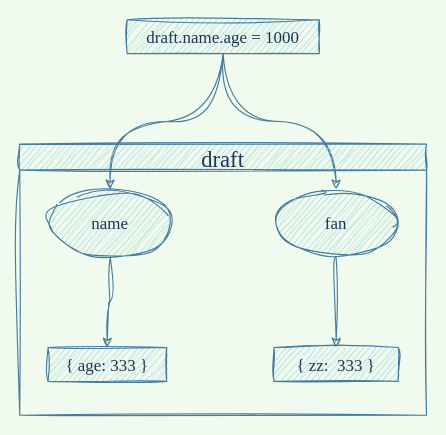
The draw.io diagram page "按需代理" (3 of 4) of Immer.drawio in YMBo/DRAWIO, before the edit. Source tidied: cells renumbered, new cells numbered last; positions are measured from the earlier drawing's top-left corner, leaving out a move shared by most shapes. Both pictures are drawn from the tidied source at 113%, with x=0, y=0 at pixel (19, 19).
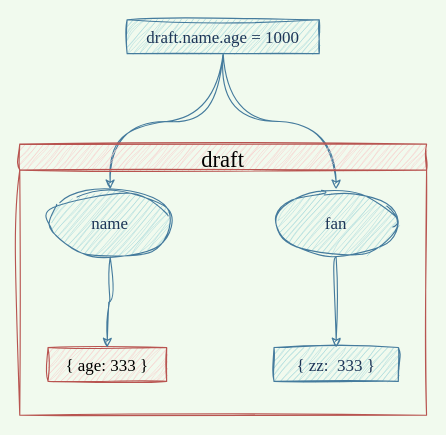
The same page after the edit.

Change to the diagram source:
```diff
@@
 <mxGraphModel background="#F1FAEE">
   <root>
     <mxCell id="0" />
     <mxCell id="1" parent="0" />
     <mxCell id="2" style="edgeStyle=orthogonalEdgeStyle;rounded=0;hachureGap=4;jiggle=2;jettySize=auto;html=1;entryX=0.5;entryY=0;entryDx=0;entryDy=0;strokeColor=#457B9D;fontFamily=Garamond;fontSize=15;fontColor=#1D3557;fillColor=#A8DADC;labelBackgroundColor=#F1FAEE;sketch=1;curved=1;" parent="1" edge="1" source="4" target="9">
       <mxGeometry relative="1" as="geometry" />
     </mxCell>
     <mxCell id="3" style="edgeStyle=orthogonalEdgeStyle;rounded=0;hachureGap=4;jiggle=2;jettySize=auto;html=1;entryX=0.5;entryY=0;entryDx=0;entryDy=0;strokeColor=#457B9D;fontFamily=Garamond;fontSize=15;fontColor=#1D3557;fillColor=#A8DADC;labelBackgroundColor=#F1FAEE;sketch=1;curved=1;" parent="1" edge="1" source="4" target="6">
       <mxGeometry relative="1" as="geometry" />
     </mxCell>
     <mxCell id="4" value="draft.name.age = 1000" style="rounded=0;whiteSpace=wrap;hachureGap=4;jiggle=2;strokeColor=#457B9D;fontFamily=Garamond;fontSize=15;fontColor=#1D3557;fillColor=#A8DADC;html=1;sketch=1;" parent="1" vertex="1">
       <mxGeometry x="95" width="170" height="30" as="geometry" />
     </mxCell>
-    <mxCell id="5" value="draft" style="swimlane;sketch=1;hachureGap=4;jiggle=2;fontFamily=Garamond;fontSize=20;fillColor=#A8DADC;strokeColor=#457B9D;fontStyle=0;fontColor=#1D3557;" parent="1" vertex="1">
+    <mxCell id="5" value="draft" style="swimlane;sketch=1;hachureGap=4;jiggle=2;fontFamily=Garamond;fontSize=20;fillColor=#f8cecc;strokeColor=#b85450;fontStyle=0;" parent="1" vertex="1">
       <mxGeometry y="110" width="360" height="240" as="geometry" />
     </mxCell>
     <mxCell id="6" value="fan" style="ellipse;whiteSpace=wrap;html=1;fontSize=15;fontFamily=Garamond;fillColor=#A8DADC;strokeColor=#457B9D;fontColor=#1D3557;rounded=0;hachureGap=4;jiggle=2;sketch=1;" parent="5" vertex="1">
       <mxGeometry x="220" y="40" width="120" height="60" as="geometry" />
     </mxCell>
     <mxCell id="7" value="{  zz:   333  }" style="whiteSpace=wrap;html=1;fontSize=15;fontFamily=Garamond;fillColor=#A8DADC;strokeColor=#457B9D;fontColor=#1D3557;rounded=0;hachureGap=4;jiggle=2;sketch=1;" parent="5" vertex="1">
       <mxGeometry x="225" y="180" width="110" height="30" as="geometry" />
     </mxCell>
     <mxCell id="8" style="edgeStyle=orthogonalEdgeStyle;curved=1;rounded=0;sketch=1;hachureGap=4;jiggle=2;jettySize=auto;html=1;fontFamily=Architects Daughter;fontSize=16;labelBackgroundColor=#F1FAEE;strokeColor=#457B9D;fontColor=#1D3557;" parent="5" edge="1" source="6" target="7">
       <mxGeometry relative="1" as="geometry" />
     </mxCell>
     <mxCell id="9" value="name" style="ellipse;whiteSpace=wrap;html=1;fontSize=15;fontFamily=Garamond;fillColor=#A8DADC;strokeColor=#457B9D;fontColor=#1D3557;rounded=0;hachureGap=4;jiggle=2;sketch=1;" parent="5" vertex="1">
       <mxGeometry x="20" y="40" width="120" height="60" as="geometry" />
     </mxCell>
-    <mxCell id="10" value="{  age:  333  }" style="whiteSpace=wrap;html=1;fontSize=15;fontFamily=Garamond;fillColor=#A8DADC;strokeColor=#457B9D;rounded=0;hachureGap=4;jiggle=2;sketch=1;fontColor=#1D3557;" parent="5" vertex="1">
+    <mxCell id="10" value="{  age:  333  }" style="whiteSpace=wrap;html=1;fontSize=15;fontFamily=Garamond;fillColor=#f8cecc;strokeColor=#b85450;rounded=0;hachureGap=4;jiggle=2;sketch=1;" parent="5" vertex="1">
       <mxGeometry x="25" y="180" width="105" height="30" as="geometry" />
     </mxCell>
     <mxCell id="11" style="edgeStyle=orthogonalEdgeStyle;curved=1;rounded=0;sketch=1;hachureGap=4;jiggle=2;jettySize=auto;html=1;fontFamily=Architects Daughter;fontSize=16;labelBackgroundColor=#F1FAEE;strokeColor=#457B9D;fontColor=#1D3557;" parent="5" edge="1" source="9" target="10">
       <mxGeometry relative="1" as="geometry" />
     </mxCell>
   </root>
 </mxGraphModel>
```
